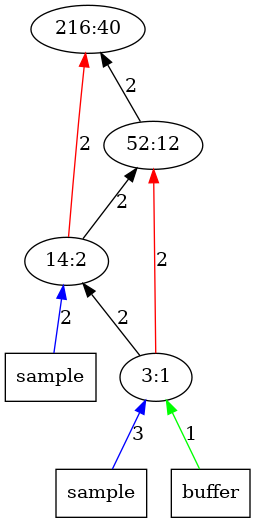
Earlier version of the Graphviz export outputImages/op40.png.png (AbhikKhan/MTP_IITG). Its source is kept beside it as outputTrees/op40.dot.
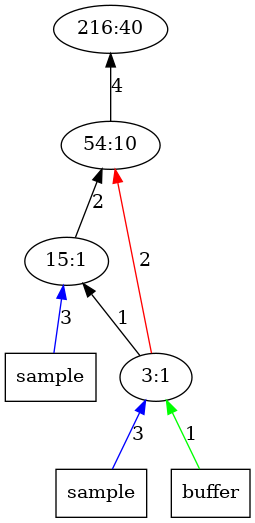
Later version of the same file.

The edit, as a diff of the source:
```diff
@@ -1,15 +1,14 @@
 digraph Tree{
 	rankdir="BT"
 	1 [label = "216:40"];
-	2 -> 1 [label = "2", color = "black"];
-	2 [label = "52:12"];
-	3 -> 1 [label = "2", color = "red"];
+	2 -> 1 [label = "4", color = "black"];
+	2 [label = "54:10"];
 	3 -> 2 [label = "2", color = "black"];
-	x31 -> 3 [label = "2", color = "blue"];
+	x31 -> 3 [label = "3", color = "blue"];
 	x31 [label = "sample", shape = "box"];
-	3 [label = "14:2"];
+	3 [label = "15:1"];
 	4 -> 2 [label = "2", color = "red"];
-	4 -> 3 [label = "2", color = "black"];
+	4 -> 3 [label = "1", color = "black"];
 	x41 -> 4 [label = "3", color = "blue"];
 	x41 [label = "sample", shape = "box"];
 	x42 -> 4 [label = "1", color = "green"];
```
